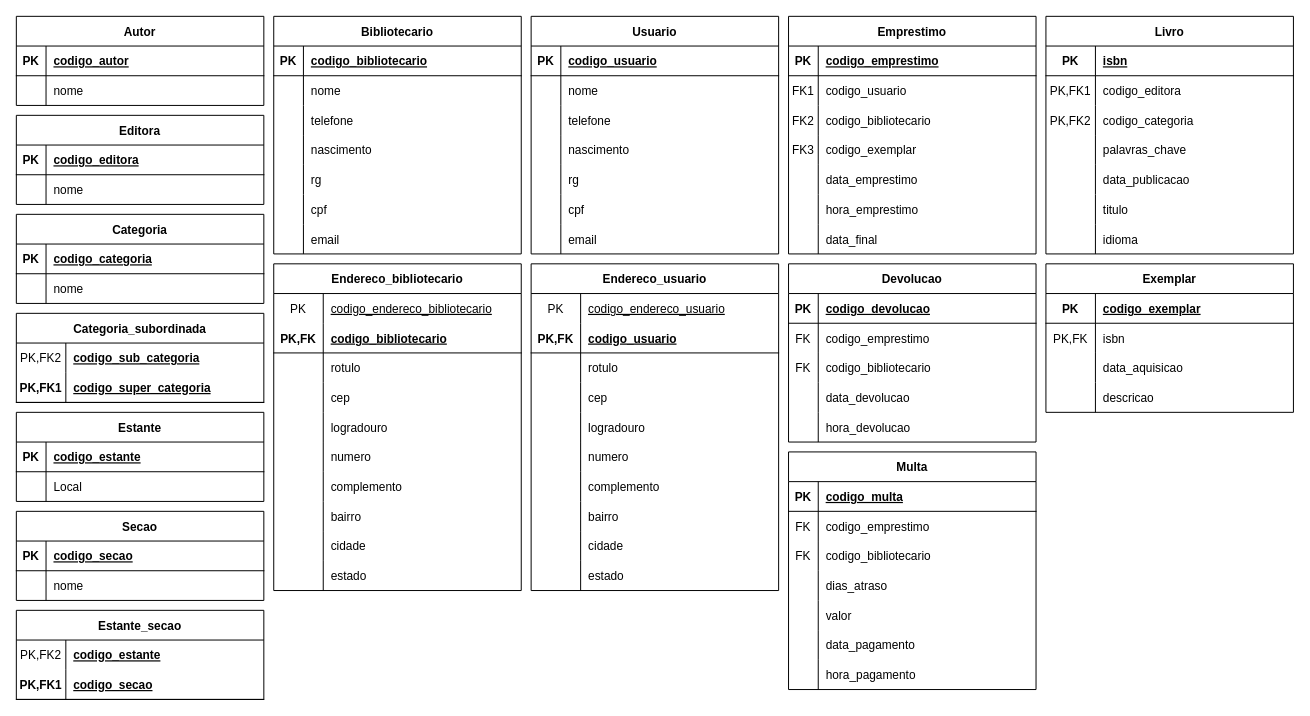
Before: MR.drawio in roberdmc/Projeto-BD-2021, a draw.io diagram. Source tidied: cells renumbered, new cells numbered last; positions are measured from the earlier drawing's top-left corner, leaving out a move shared by most shapes. Both pictures are drawn from the tidied source at 99%, with x=0, y=0 at pixel (16, 16).
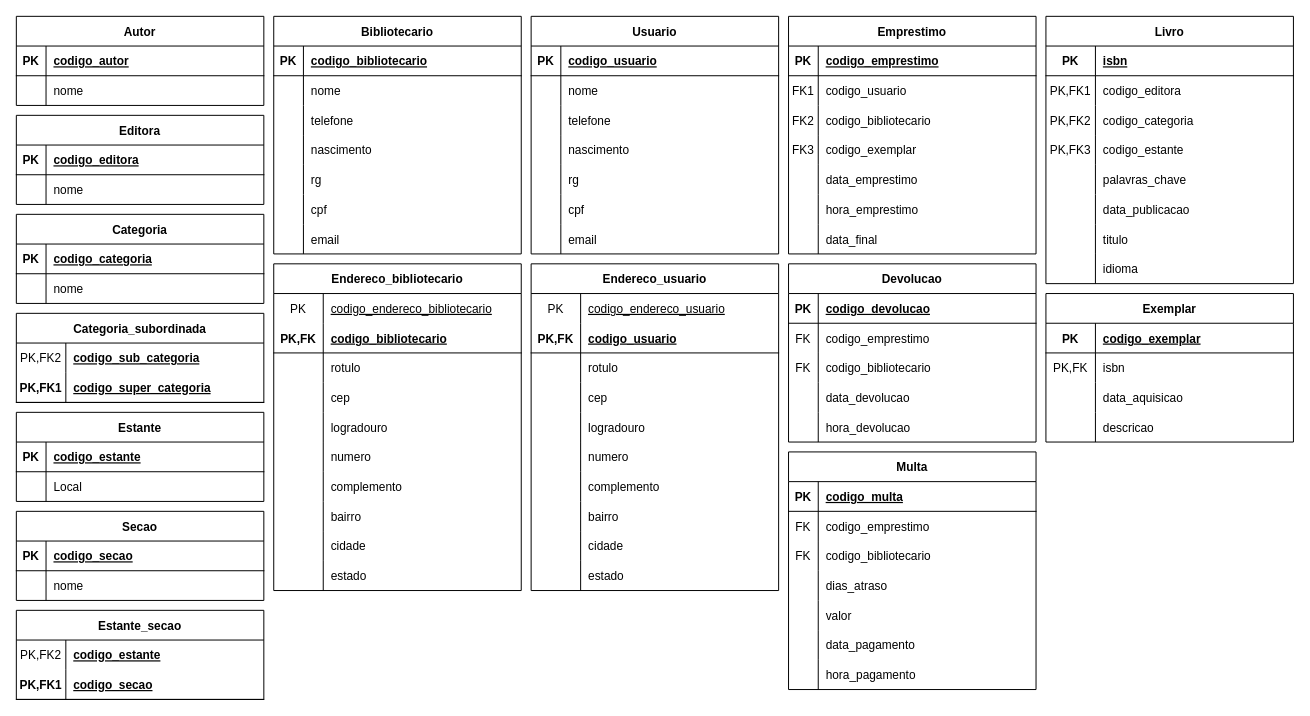
After the change.

Commit message (it also covers changes not shown here):
finish-class-diagram

What changed in the source:
```diff
@@
     <mxCell id="217" value="Livro" style="shape=table;startSize=30;childLayout=tableLayout;rowLines=0;fontStyle=1;align=center;" parent="1" vertex="1">
-      <mxGeometry x="1040" width="250" height="240" as="geometry" />
+      <mxGeometry x="1040" width="250" height="270" as="geometry" />
     </mxCell>
@@
+    <mxCell id="252" style="shape=partialRectangle;fillColor=none;top=0;left=0;right=0;bottom=0;" parent="217" vertex="1">
+      <mxGeometry y="120" width="250" height="30" as="geometry" />
+    </mxCell>
+    <mxCell id="253" value="PK,FK3" style="shape=partialRectangle;overflow=hidden;fillColor=none;top=0;left=0;bottom=0;right=0;" parent="252" vertex="1">
+      <mxGeometry width="50" height="30" as="geometry" />
+    </mxCell>
+    <mxCell id="254" value="codigo_estante" style="shape=partialRectangle;overflow=hidden;fillColor=none;top=0;left=0;bottom=0;right=0;align=left;spacingLeft=6;" parent="252" vertex="1">
+      <mxGeometry x="50" width="200" height="30" as="geometry" />
+    </mxCell>
     <mxCell id="227" style="shape=partialRectangle;fillColor=none;top=0;left=0;right=0;bottom=0;" parent="217" vertex="1">
-      <mxGeometry y="120" width="250" height="30" as="geometry" />
+      <mxGeometry y="150" width="250" height="30" as="geometry" />
     </mxCell>
@@
     <mxCell id="230" style="shape=partialRectangle;fillColor=none;top=0;left=0;right=0;bottom=0;" parent="217" vertex="1">
-      <mxGeometry y="150" width="250" height="30" as="geometry" />
+      <mxGeometry y="180" width="250" height="30" as="geometry" />
     </mxCell>
@@
     <mxCell id="233" style="shape=partialRectangle;fillColor=none;top=0;left=0;right=0;bottom=0;" parent="217" vertex="1">
-      <mxGeometry y="180" width="250" height="30" as="geometry" />
+      <mxGeometry y="210" width="250" height="30" as="geometry" />
     </mxCell>
@@
     <mxCell id="236" style="shape=partialRectangle;fillColor=none;top=0;left=0;right=0;bottom=0;" parent="217" vertex="1">
-      <mxGeometry y="210" width="250" height="30" as="geometry" />
+      <mxGeometry y="240" width="250" height="30" as="geometry" />
     </mxCell>
@@
     <mxCell id="239" value="Exemplar" style="shape=table;startSize=30;childLayout=tableLayout;rowLines=0;fontStyle=1;align=center;" parent="1" vertex="1">
-      <mxGeometry x="1040" y="250" width="250" height="150" as="geometry" />
+      <mxGeometry x="1040" y="280" width="250" height="150" as="geometry" />
     </mxCell>
```
